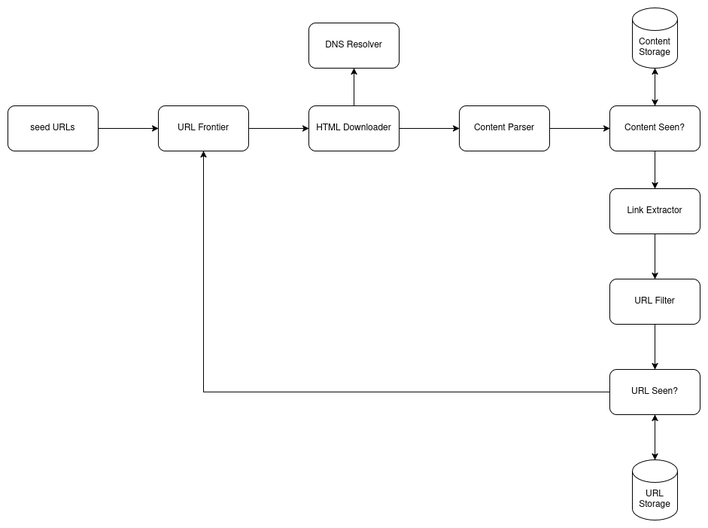
da0p/GithubPage keeps this draw.io diagram as docs/assets/web_crawler.drawio.png. Above is the earlier version. Source tidied: cells renumbered, new cells last; positions are measured from the earlier drawing's top-left corner, leaving out a move shared by most shapes.
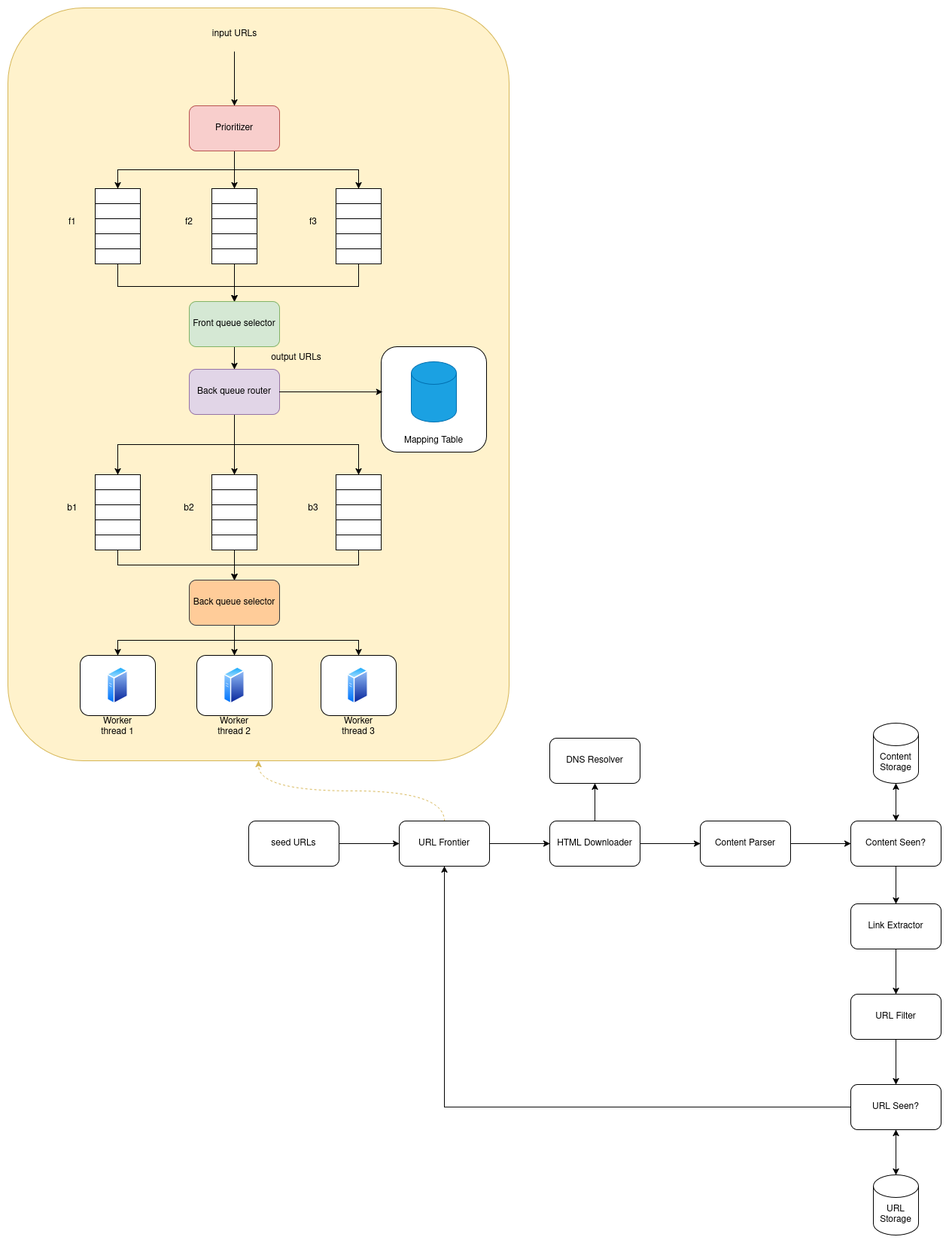
After the change.

What changed in the source:
```diff
@@ -2,6 +2,21 @@
   <root>
     <mxCell id="0" />
     <mxCell id="1" parent="0" />
+    <mxCell id="24" style="rounded=1;whiteSpace=wrap;html=1;fillColor=#fff2cc;strokeColor=#d6b656;fillStyle=auto;" parent="1" vertex="1">
+      <mxGeometry x="-320" y="-950" width="666" height="1000" as="geometry" />
+    </mxCell>
+    <mxCell id="25" style="rounded=1;whiteSpace=wrap;html=1;" parent="1" vertex="1">
+      <mxGeometry x="96" y="-90" width="100" height="80" as="geometry" />
+    </mxCell>
+    <mxCell id="26" style="rounded=1;whiteSpace=wrap;html=1;" parent="1" vertex="1">
+      <mxGeometry x="-69" y="-90" width="100" height="80" as="geometry" />
+    </mxCell>
+    <mxCell id="27" style="rounded=1;whiteSpace=wrap;html=1;" parent="1" vertex="1">
+      <mxGeometry x="-224" y="-90" width="100" height="80" as="geometry" />
+    </mxCell>
+    <mxCell id="28" style="rounded=1;whiteSpace=wrap;html=1;" parent="1" vertex="1">
+      <mxGeometry x="176" y="-500" width="140" height="140" as="geometry" />
+    </mxCell>
     <mxCell id="2" style="edgeStyle=orthogonalEdgeStyle;rounded=0;jettySize=auto;html=1;exitX=1;exitY=0.5;exitDx=0;exitDy=0;entryX=0;entryY=0.5;entryDx=0;entryDy=0;" parent="1" edge="1" source="3" target="5">
       <mxGeometry relative="1" as="geometry" />
     </mxCell>
@@ -11,6 +26,9 @@
     <mxCell id="4" style="edgeStyle=orthogonalEdgeStyle;rounded=0;jettySize=auto;html=1;exitX=1;exitY=0.5;exitDx=0;exitDy=0;entryX=0;entryY=0.5;entryDx=0;entryDy=0;" parent="1" edge="1" source="5" target="8">
       <mxGeometry relative="1" as="geometry" />
     </mxCell>
+    <mxCell id="29" style="edgeStyle=orthogonalEdgeStyle;rounded=0;jettySize=auto;html=1;exitX=0.5;exitY=0;exitDx=0;exitDy=0;entryX=0.5;entryY=1;entryDx=0;entryDy=0;dashed=1;curved=1;fillColor=#fff2cc;strokeColor=#d6b656;" parent="1" edge="1" source="5" target="24">
+      <mxGeometry relative="1" as="geometry" />
+    </mxCell>
     <mxCell id="5" value="URL Frontier" style="rounded=1;whiteSpace=wrap;html=1;" parent="1" vertex="1">
       <mxGeometry x="200" y="130" width="120" height="60" as="geometry" />
     </mxCell>
@@ -68,5 +86,221 @@
     <mxCell id="23" style="endArrow=classic;startArrow=classic;html=1;rounded=0;entryX=0.5;entryY=0;entryDx=0;entryDy=0;entryPerimeter=0;" parent="1" edge="1" source="21" target="22">
       <mxGeometry relative="1" as="geometry" />
     </mxCell>
+    <mxCell id="30" style="edgeStyle=orthogonalEdgeStyle;rounded=0;jettySize=auto;html=1;exitX=0.5;exitY=1;exitDx=0;exitDy=0;entryX=0.5;entryY=0;entryDx=0;entryDy=0;" parent="1" edge="1" source="33" target="36">
+      <mxGeometry relative="1" as="geometry" />
+    </mxCell>
+    <mxCell id="31" style="edgeStyle=orthogonalEdgeStyle;rounded=0;jettySize=auto;html=1;exitX=0.5;exitY=1;exitDx=0;exitDy=0;entryX=0.5;entryY=0;entryDx=0;entryDy=0;" parent="1" edge="1" source="33" target="48">
+      <mxGeometry relative="1" as="geometry" />
+    </mxCell>
+    <mxCell id="32" style="edgeStyle=orthogonalEdgeStyle;rounded=0;jettySize=auto;html=1;exitX=0.5;exitY=1;exitDx=0;exitDy=0;entryX=0.5;entryY=0;entryDx=0;entryDy=0;" parent="1" edge="1" source="33" target="42">
+      <mxGeometry relative="1" as="geometry" />
+    </mxCell>
+    <mxCell id="33" value="Prioritizer" style="rounded=1;whiteSpace=wrap;html=1;fillColor=#f8cecc;strokeColor=#b85450;" parent="1" vertex="1">
+      <mxGeometry x="-79" y="-820" width="120" height="60" as="geometry" />
+    </mxCell>
+    <mxCell id="34" style="endArrow=classic;html=1;rounded=0;entryX=0.5;entryY=0;entryDx=0;entryDy=0;exitX=0.5;exitY=0.189;exitDx=0;exitDy=0;exitPerimeter=0;" parent="1" edge="1" target="33">
+      <mxGeometry relative="1" as="geometry">
+        <mxPoint x="-19" y="-892" as="sourcePoint" />
+      </mxGeometry>
+    </mxCell>
+    <mxCell id="35" value="input URLs" style="text;html=1;align=center;verticalAlign=middle;whiteSpace=wrap;rounded=0;" parent="1" vertex="1">
+      <mxGeometry x="-61.5" y="-930" width="85" height="30" as="geometry" />
+    </mxCell>
+    <mxCell id="36" style="rounded=0;whiteSpace=wrap;html=1;" parent="1" vertex="1">
+      <mxGeometry x="-49" y="-710" width="60" height="20" as="geometry" />
+    </mxCell>
+    <mxCell id="37" style="rounded=0;whiteSpace=wrap;html=1;" parent="1" vertex="1">
+      <mxGeometry x="-49" y="-690" width="60" height="20" as="geometry" />
+    </mxCell>
+    <mxCell id="38" style="rounded=0;whiteSpace=wrap;html=1;" parent="1" vertex="1">
+      <mxGeometry x="-49" y="-670" width="60" height="20" as="geometry" />
+    </mxCell>
+    <mxCell id="39" style="rounded=0;whiteSpace=wrap;html=1;" parent="1" vertex="1">
+      <mxGeometry x="-49" y="-650" width="60" height="20" as="geometry" />
+    </mxCell>
+    <mxCell id="40" style="edgeStyle=orthogonalEdgeStyle;rounded=0;jettySize=auto;html=1;" parent="1" edge="1" source="41" target="58">
+      <mxGeometry relative="1" as="geometry" />
+    </mxCell>
+    <mxCell id="41" style="rounded=0;whiteSpace=wrap;html=1;" parent="1" vertex="1">
+      <mxGeometry x="-49" y="-630" width="60" height="20" as="geometry" />
+    </mxCell>
+    <mxCell id="42" style="rounded=0;whiteSpace=wrap;html=1;" parent="1" vertex="1">
+      <mxGeometry x="116" y="-710" width="60" height="20" as="geometry" />
+    </mxCell>
+    <mxCell id="43" style="rounded=0;whiteSpace=wrap;html=1;" parent="1" vertex="1">
+      <mxGeometry x="116" y="-690" width="60" height="20" as="geometry" />
+    </mxCell>
+    <mxCell id="44" style="rounded=0;whiteSpace=wrap;html=1;" parent="1" vertex="1">
+      <mxGeometry x="116" y="-670" width="60" height="20" as="geometry" />
+    </mxCell>
+    <mxCell id="45" style="rounded=0;whiteSpace=wrap;html=1;" parent="1" vertex="1">
+      <mxGeometry x="116" y="-650" width="60" height="20" as="geometry" />
+    </mxCell>
+    <mxCell id="46" style="edgeStyle=orthogonalEdgeStyle;rounded=0;jettySize=auto;html=1;entryX=0.5;entryY=0;entryDx=0;entryDy=0;" parent="1" edge="1" source="47" target="58">
+      <mxGeometry relative="1" as="geometry">
+        <Array as="points">
+          <mxPoint x="146" y="-580" />
+          <mxPoint x="-19" y="-580" />
+        </Array>
+      </mxGeometry>
+    </mxCell>
+    <mxCell id="47" style="rounded=0;whiteSpace=wrap;html=1;" parent="1" vertex="1">
+      <mxGeometry x="116" y="-630" width="60" height="20" as="geometry" />
+    </mxCell>
+    <mxCell id="48" style="rounded=0;whiteSpace=wrap;html=1;" parent="1" vertex="1">
+      <mxGeometry x="-204" y="-710" width="60" height="20" as="geometry" />
+    </mxCell>
+    <mxCell id="49" style="rounded=0;whiteSpace=wrap;html=1;" parent="1" vertex="1">
+      <mxGeometry x="-204" y="-690" width="60" height="20" as="geometry" />
+    </mxCell>
+    <mxCell id="50" style="rounded=0;whiteSpace=wrap;html=1;" parent="1" vertex="1">
+      <mxGeometry x="-204" y="-670" width="60" height="20" as="geometry" />
+    </mxCell>
+    <mxCell id="51" style="rounded=0;whiteSpace=wrap;html=1;" parent="1" vertex="1">
+      <mxGeometry x="-204" y="-650" width="60" height="20" as="geometry" />
+    </mxCell>
+    <mxCell id="52" style="edgeStyle=orthogonalEdgeStyle;rounded=0;jettySize=auto;html=1;exitX=0.5;exitY=1;exitDx=0;exitDy=0;entryX=0.5;entryY=0;entryDx=0;entryDy=0;" parent="1" edge="1" source="53" target="58">
+      <mxGeometry relative="1" as="geometry">
+        <Array as="points">
+          <mxPoint x="-174" y="-580" />
+          <mxPoint x="-19" y="-580" />
+        </Array>
+      </mxGeometry>
+    </mxCell>
+    <mxCell id="53" style="rounded=0;whiteSpace=wrap;html=1;" parent="1" vertex="1">
+      <mxGeometry x="-204" y="-630" width="60" height="20" as="geometry" />
+    </mxCell>
+    <mxCell id="54" value="f1" style="text;html=1;align=center;verticalAlign=middle;whiteSpace=wrap;rounded=0;" parent="1" vertex="1">
+      <mxGeometry x="-264" y="-680" width="60" height="30" as="geometry" />
+    </mxCell>
+    <mxCell id="55" value="f2" style="text;html=1;align=center;verticalAlign=middle;whiteSpace=wrap;rounded=0;" parent="1" vertex="1">
+      <mxGeometry x="-109" y="-680" width="60" height="30" as="geometry" />
+    </mxCell>
+    <mxCell id="56" value="f3" style="text;html=1;align=center;verticalAlign=middle;whiteSpace=wrap;rounded=0;" parent="1" vertex="1">
+      <mxGeometry x="56" y="-680" width="60" height="30" as="geometry" />
+    </mxCell>
+    <mxCell id="57" style="edgeStyle=orthogonalEdgeStyle;rounded=0;jettySize=auto;html=1;" parent="1" edge="1" source="58" target="62">
+      <mxGeometry relative="1" as="geometry" />
+    </mxCell>
+    <mxCell id="58" value="Front queue selector" style="rounded=1;whiteSpace=wrap;html=1;fillColor=#d5e8d4;strokeColor=#82b366;" parent="1" vertex="1">
+      <mxGeometry x="-79" y="-560" width="120" height="60" as="geometry" />
+    </mxCell>
+    <mxCell id="59" style="edgeStyle=orthogonalEdgeStyle;rounded=0;jettySize=auto;html=1;exitX=0.5;exitY=1;exitDx=0;exitDy=0;entryX=0.5;entryY=0;entryDx=0;entryDy=0;" parent="1" edge="1" source="62" target="79">
+      <mxGeometry relative="1" as="geometry" />
+    </mxCell>
+    <mxCell id="60" style="edgeStyle=orthogonalEdgeStyle;rounded=0;jettySize=auto;html=1;exitX=0.5;exitY=1;exitDx=0;exitDy=0;entryX=0.5;entryY=0;entryDx=0;entryDy=0;" parent="1" edge="1" source="62" target="67">
+      <mxGeometry relative="1" as="geometry" />
+    </mxCell>
+    <mxCell id="61" style="edgeStyle=orthogonalEdgeStyle;rounded=0;jettySize=auto;html=1;exitX=0.5;exitY=1;exitDx=0;exitDy=0;entryX=0.5;entryY=0;entryDx=0;entryDy=0;" parent="1" edge="1" source="62" target="73">
+      <mxGeometry relative="1" as="geometry" />
+    </mxCell>
+    <mxCell id="62" value="Back queue router" style="rounded=1;whiteSpace=wrap;html=1;fillColor=#e1d5e7;strokeColor=#9673a6;" parent="1" vertex="1">
+      <mxGeometry x="-79" y="-470" width="120" height="60" as="geometry" />
+    </mxCell>
+    <mxCell id="63" value="output URLs" style="text;html=1;align=center;verticalAlign=middle;whiteSpace=wrap;rounded=0;" parent="1" vertex="1">
+      <mxGeometry x="11" y="-500" width="105" height="30" as="geometry" />
+    </mxCell>
+    <mxCell id="64" style="shape=cylinder3;whiteSpace=wrap;html=1;boundedLbl=1;backgroundOutline=1;size=15;fillColor=#1ba1e2;fontColor=#ffffff;strokeColor=#006EAF;" parent="1" vertex="1">
+      <mxGeometry x="216" y="-480" width="60" height="80" as="geometry" />
+    </mxCell>
+    <mxCell id="65" value="Mapping Table" style="text;html=1;align=center;verticalAlign=middle;whiteSpace=wrap;rounded=0;" parent="1" vertex="1">
+      <mxGeometry x="201" y="-390" width="90" height="30" as="geometry" />
+    </mxCell>
+    <mxCell id="66" style="edgeStyle=orthogonalEdgeStyle;rounded=0;jettySize=auto;html=1;exitX=1;exitY=0.5;exitDx=0;exitDy=0;entryX=0.014;entryY=0.429;entryDx=0;entryDy=0;entryPerimeter=0;" parent="1" edge="1" source="62" target="28">
+      <mxGeometry relative="1" as="geometry" />
+    </mxCell>
+    <mxCell id="67" style="rounded=0;whiteSpace=wrap;html=1;" parent="1" vertex="1">
+      <mxGeometry x="-49" y="-330" width="60" height="20" as="geometry" />
+    </mxCell>
+    <mxCell id="68" style="rounded=0;whiteSpace=wrap;html=1;" parent="1" vertex="1">
+      <mxGeometry x="-49" y="-310" width="60" height="20" as="geometry" />
+    </mxCell>
+    <mxCell id="69" style="rounded=0;whiteSpace=wrap;html=1;" parent="1" vertex="1">
+      <mxGeometry x="-49" y="-290" width="60" height="20" as="geometry" />
+    </mxCell>
+    <mxCell id="70" style="rounded=0;whiteSpace=wrap;html=1;" parent="1" vertex="1">
+      <mxGeometry x="-49" y="-270" width="60" height="20" as="geometry" />
+    </mxCell>
+    <mxCell id="71" style="edgeStyle=orthogonalEdgeStyle;rounded=0;jettySize=auto;html=1;exitX=0.5;exitY=1;exitDx=0;exitDy=0;entryX=0.5;entryY=0;entryDx=0;entryDy=0;" parent="1" edge="1" source="72" target="90">
+      <mxGeometry relative="1" as="geometry" />
+    </mxCell>
+    <mxCell id="72" style="rounded=0;whiteSpace=wrap;html=1;" parent="1" vertex="1">
+      <mxGeometry x="-49" y="-250" width="60" height="20" as="geometry" />
+    </mxCell>
+    <mxCell id="73" style="rounded=0;whiteSpace=wrap;html=1;" parent="1" vertex="1">
+      <mxGeometry x="116" y="-330" width="60" height="20" as="geometry" />
+    </mxCell>
+    <mxCell id="74" style="rounded=0;whiteSpace=wrap;html=1;" parent="1" vertex="1">
+      <mxGeometry x="116" y="-310" width="60" height="20" as="geometry" />
+    </mxCell>
+    <mxCell id="75" style="rounded=0;whiteSpace=wrap;html=1;" parent="1" vertex="1">
+      <mxGeometry x="116" y="-290" width="60" height="20" as="geometry" />
+    </mxCell>
+    <mxCell id="76" style="rounded=0;whiteSpace=wrap;html=1;" parent="1" vertex="1">
+      <mxGeometry x="116" y="-270" width="60" height="20" as="geometry" />
+    </mxCell>
+    <mxCell id="77" style="edgeStyle=orthogonalEdgeStyle;rounded=0;jettySize=auto;html=1;exitX=0.5;exitY=1;exitDx=0;exitDy=0;entryX=0.5;entryY=0;entryDx=0;entryDy=0;" parent="1" edge="1" source="78" target="90">
+      <mxGeometry relative="1" as="geometry" />
+    </mxCell>
+    <mxCell id="78" style="rounded=0;whiteSpace=wrap;html=1;" parent="1" vertex="1">
+      <mxGeometry x="116" y="-250" width="60" height="20" as="geometry" />
+    </mxCell>
+    <mxCell id="79" style="rounded=0;whiteSpace=wrap;html=1;" parent="1" vertex="1">
+      <mxGeometry x="-204" y="-330" width="60" height="20" as="geometry" />
+    </mxCell>
+    <mxCell id="80" style="rounded=0;whiteSpace=wrap;html=1;" parent="1" vertex="1">
+      <mxGeometry x="-204" y="-310" width="60" height="20" as="geometry" />
+    </mxCell>
+    <mxCell id="81" style="rounded=0;whiteSpace=wrap;html=1;" parent="1" vertex="1">
+      <mxGeometry x="-204" y="-290" width="60" height="20" as="geometry" />
+    </mxCell>
+    <mxCell id="82" style="rounded=0;whiteSpace=wrap;html=1;" parent="1" vertex="1">
+      <mxGeometry x="-204" y="-270" width="60" height="20" as="geometry" />
+    </mxCell>
+    <mxCell id="83" style="edgeStyle=orthogonalEdgeStyle;rounded=0;jettySize=auto;html=1;exitX=0.5;exitY=1;exitDx=0;exitDy=0;entryX=0.5;entryY=0;entryDx=0;entryDy=0;" parent="1" edge="1" source="84" target="90">
+      <mxGeometry relative="1" as="geometry" />
+    </mxCell>
+    <mxCell id="84" style="rounded=0;whiteSpace=wrap;html=1;" parent="1" vertex="1">
+      <mxGeometry x="-204" y="-250" width="60" height="20" as="geometry" />
+    </mxCell>
+    <mxCell id="85" value="b2" style="text;html=1;align=center;verticalAlign=middle;whiteSpace=wrap;rounded=0;" parent="1" vertex="1">
+      <mxGeometry x="-109" y="-300" width="60" height="30" as="geometry" />
+    </mxCell>
+    <mxCell id="86" value="b3" style="text;html=1;align=center;verticalAlign=middle;whiteSpace=wrap;rounded=0;" parent="1" vertex="1">
+      <mxGeometry x="56" y="-300" width="60" height="30" as="geometry" />
+    </mxCell>
+    <mxCell id="87" value="b1" style="text;html=1;align=center;verticalAlign=middle;whiteSpace=wrap;rounded=0;" parent="1" vertex="1">
+      <mxGeometry x="-264" y="-300" width="60" height="30" as="geometry" />
+    </mxCell>
+    <mxCell id="88" style="edgeStyle=orthogonalEdgeStyle;rounded=0;jettySize=auto;html=1;exitX=0.5;exitY=1;exitDx=0;exitDy=0;entryX=0.5;entryY=0;entryDx=0;entryDy=0;" parent="1" edge="1" source="90" target="27">
+      <mxGeometry relative="1" as="geometry" />
+    </mxCell>
+    <mxCell id="89" style="edgeStyle=orthogonalEdgeStyle;rounded=0;jettySize=auto;html=1;exitX=0.5;exitY=1;exitDx=0;exitDy=0;entryX=0.5;entryY=0;entryDx=0;entryDy=0;" parent="1" edge="1" source="90" target="25">
+      <mxGeometry relative="1" as="geometry" />
+    </mxCell>
+    <mxCell id="90" value="Back queue selector" style="rounded=1;whiteSpace=wrap;html=1;fillColor=#ffcc99;strokeColor=#36393d;" parent="1" vertex="1">
+      <mxGeometry x="-79" y="-190" width="120" height="60" as="geometry" />
+    </mxCell>
+    <mxCell id="91" style="image;perimeter=ellipsePerimeter;html=1;align=center;shadow=0;dashed=0;spacingTop=3;image=img/lib/active_directory/generic_server.svg;" parent="1" vertex="1">
+      <mxGeometry x="-188" y="-75" width="28" height="50" as="geometry" />
+    </mxCell>
+    <mxCell id="92" style="image;perimeter=ellipsePerimeter;html=1;align=center;shadow=0;dashed=0;spacingTop=3;image=img/lib/active_directory/generic_server.svg;" parent="1" vertex="1">
+      <mxGeometry x="-33" y="-75" width="28" height="50" as="geometry" />
+    </mxCell>
+    <mxCell id="93" style="image;perimeter=ellipsePerimeter;html=1;align=center;shadow=0;dashed=0;spacingTop=3;image=img/lib/active_directory/generic_server.svg;" parent="1" vertex="1">
+      <mxGeometry x="131" y="-75" width="28" height="50" as="geometry" />
+    </mxCell>
+    <mxCell id="94" style="endArrow=classic;html=1;rounded=0;exitX=0.5;exitY=1;exitDx=0;exitDy=0;entryX=0.5;entryY=0;entryDx=0;entryDy=0;" parent="1" edge="1" source="90" target="26">
+      <mxGeometry relative="1" as="geometry" />
+    </mxCell>
+    <mxCell id="95" value="Worker thread 1" style="text;html=1;align=center;verticalAlign=middle;whiteSpace=wrap;rounded=0;" parent="1" vertex="1">
+      <mxGeometry x="-204" y="-10" width="60" height="30" as="geometry" />
+    </mxCell>
+    <mxCell id="96" value="Worker thread 2" style="text;html=1;align=center;verticalAlign=middle;whiteSpace=wrap;rounded=0;" parent="1" vertex="1">
+      <mxGeometry x="-49" y="-10" width="60" height="30" as="geometry" />
+    </mxCell>
+    <mxCell id="97" value="Worker thread 3" style="text;html=1;align=center;verticalAlign=middle;whiteSpace=wrap;rounded=0;" parent="1" vertex="1">
+      <mxGeometry x="116" y="-10" width="60" height="30" as="geometry" />
+    </mxCell>
   </root>
 </mxGraphModel>
```
